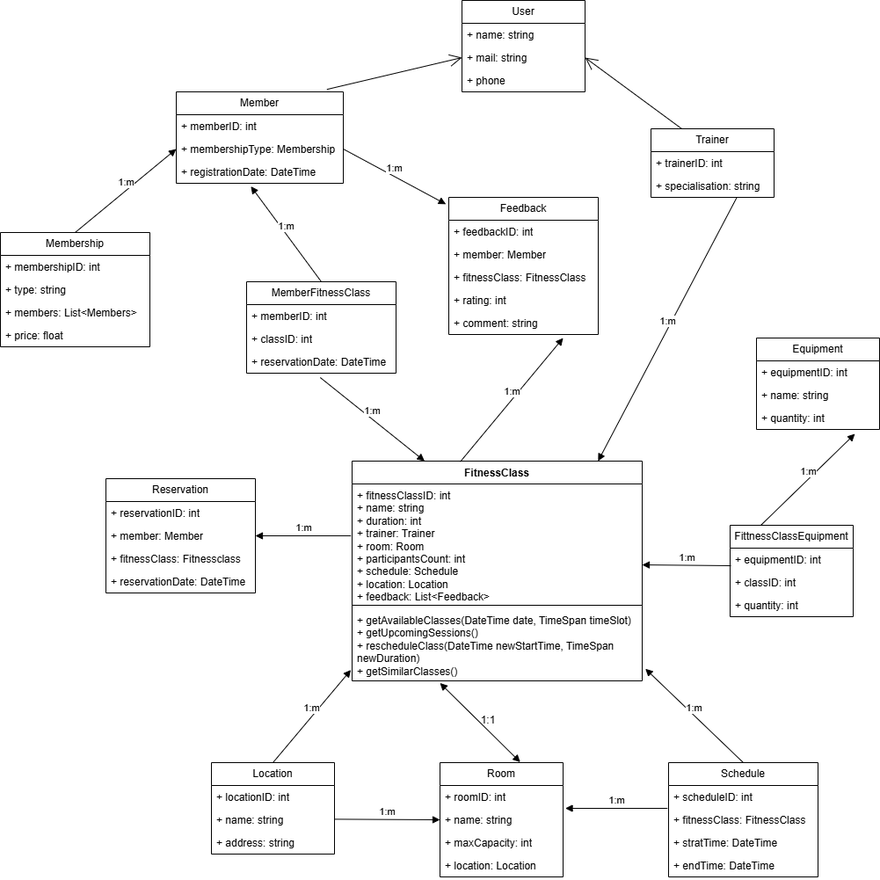
Danamat07/FitnessApp keeps this draw.io diagram as FitnessAppUML.drawio.png. Above is the earlier version. Source tidied: cells renumbered, new cells last; positions are measured from the earlier drawing's top-left corner, leaving out a move shared by most shapes.
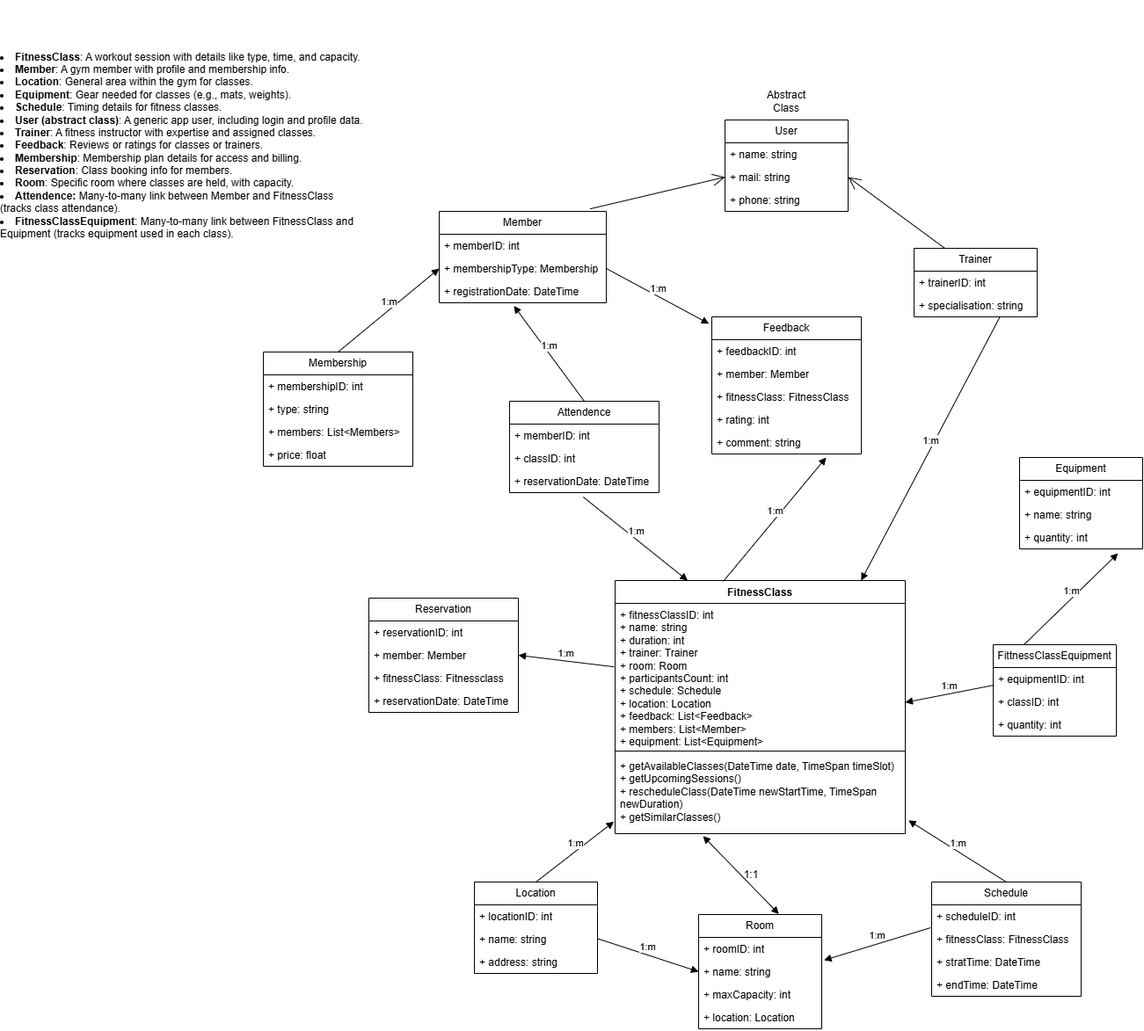
After the commit.

Change to the diagram source:
```diff
@@ -44,7 +44,7 @@
     <mxCell id="15" value="+ reservationDate: DateTime" style="text;strokeColor=none;fillColor=none;align=left;verticalAlign=top;spacingLeft=4;spacingRight=4;overflow=hidden;whiteSpace=wrap;html=1;" parent="11" vertex="1">
       <mxGeometry y="104" width="170" height="26" as="geometry" />
     </mxCell>
-    <mxCell id="16" value="MemberFitnessClass" style="swimlane;fontStyle=0;horizontal=1;startSize=26;fillColor=none;whiteSpace=wrap;html=1;" parent="1" vertex="1">
+    <mxCell id="16" value="Attendence" style="swimlane;fontStyle=0;horizontal=1;startSize=26;fillColor=none;whiteSpace=wrap;html=1;" parent="1" vertex="1">
       <mxGeometry x="280" y="320" width="170" height="104" as="geometry" />
     </mxCell>
     <mxCell id="17" value="+ memberID: int" style="text;strokeColor=none;fillColor=none;align=left;verticalAlign=top;spacingLeft=4;spacingRight=4;overflow=hidden;whiteSpace=wrap;html=1;" parent="16" vertex="1">
@@ -75,16 +75,16 @@
       <mxGeometry y="130" width="170" height="26" as="geometry" />
     </mxCell>
     <mxCell id="26" value="FitnessClass" style="swimlane;fontStyle=1;align=center;verticalAlign=top;horizontal=1;startSize=26;whiteSpace=wrap;html=1;" parent="1" vertex="1">
-      <mxGeometry x="400" y="524" width="330" height="250" as="geometry" />
+      <mxGeometry x="400" y="524" width="330" height="288" as="geometry" />
     </mxCell>
-    <mxCell id="27" value="+ fitnessClassID: int&lt;div&gt;+ name: string&lt;/div&gt;&lt;div&gt;+ duration: int&lt;/div&gt;&lt;div&gt;+ trainer: Trainer&lt;/div&gt;&lt;div&gt;+ room: Room&lt;/div&gt;&lt;div&gt;+ participantsCount: int&lt;/div&gt;&lt;div&gt;+ schedule: Schedule&lt;/div&gt;&lt;div&gt;+ location: Location&lt;/div&gt;&lt;div&gt;+ feedback: List&amp;lt;Feedback&amp;gt;&lt;/div&gt;" style="text;strokeColor=none;fillColor=none;align=left;verticalAlign=top;spacingLeft=4;spacingRight=4;overflow=hidden;points=[[0,0.5],[1,0.5]];portConstraint=eastwest;whiteSpace=wrap;html=1;" parent="26" vertex="1">
-      <mxGeometry y="26" width="330" height="134" as="geometry" />
+    <mxCell id="27" value="+ fitnessClassID: int&lt;div&gt;+ name: string&lt;/div&gt;&lt;div&gt;+ duration: int&lt;/div&gt;&lt;div&gt;+ trainer: Trainer&lt;/div&gt;&lt;div&gt;+ room: Room&lt;/div&gt;&lt;div&gt;+ participantsCount: int&lt;/div&gt;&lt;div&gt;+ schedule: Schedule&lt;/div&gt;&lt;div&gt;+ location: Location&lt;/div&gt;&lt;div&gt;+ feedback: List&amp;lt;Feedback&amp;gt;&lt;/div&gt;&lt;div&gt;+ members: List&amp;lt;Member&amp;gt;&lt;/div&gt;&lt;div&gt;+ equipment: List&amp;lt;Equipment&amp;gt;&lt;/div&gt;" style="text;strokeColor=none;fillColor=none;align=left;verticalAlign=top;spacingLeft=4;spacingRight=4;overflow=hidden;points=[[0,0.5],[1,0.5]];portConstraint=eastwest;whiteSpace=wrap;html=1;" parent="26" vertex="1">
+      <mxGeometry y="26" width="330" height="164" as="geometry" />
     </mxCell>
     <mxCell id="28" style="line;strokeWidth=1;fillColor=none;align=left;verticalAlign=middle;spacingTop=-1;spacingLeft=3;spacingRight=3;labelPosition=right;strokeColor=inherit;" parent="26" vertex="1">
-      <mxGeometry y="160" width="330" height="8" as="geometry" />
+      <mxGeometry y="190" width="330" height="8" as="geometry" />
     </mxCell>
     <mxCell id="29" value="+&amp;nbsp;getAvailableClasses(DateTime date, TimeSpan timeSlot)&lt;div&gt;+&amp;nbsp;getUpcomingSessions()&lt;/div&gt;&lt;div&gt;+ rescheduleClass(DateTime newStartTime, TimeSpan newDuration)&lt;/div&gt;&lt;div&gt;+&amp;nbsp;getSimilarClasses()&lt;/div&gt;" style="text;strokeColor=none;fillColor=none;align=left;verticalAlign=top;spacingLeft=4;spacingRight=4;overflow=hidden;points=[[0,0.5],[1,0.5]];portConstraint=eastwest;whiteSpace=wrap;html=1;" parent="26" vertex="1">
-      <mxGeometry y="168" width="330" height="82" as="geometry" />
+      <mxGeometry y="198" width="330" height="90" as="geometry" />
     </mxCell>
     <mxCell id="30" value="FittnessClassEquipment" style="swimlane;fontStyle=0;horizontal=1;startSize=26;fillColor=none;whiteSpace=wrap;html=1;" parent="1" vertex="1">
       <mxGeometry x="830" y="597" width="140" height="104" as="geometry" />
@@ -132,7 +132,7 @@
       <mxGeometry y="78" width="140" height="26" as="geometry" />
     </mxCell>
     <mxCell id="45" value="Room" style="swimlane;fontStyle=0;horizontal=1;startSize=26;fillColor=none;whiteSpace=wrap;html=1;" parent="1" vertex="1">
-      <mxGeometry x="500" y="867" width="140" height="130" as="geometry" />
+      <mxGeometry x="495" y="904" width="140" height="130" as="geometry" />
     </mxCell>
     <mxCell id="46" value="+ roomID: int" style="text;strokeColor=none;fillColor=none;align=left;verticalAlign=top;spacingLeft=4;spacingRight=4;overflow=hidden;whiteSpace=wrap;html=1;" parent="45" vertex="1">
       <mxGeometry y="26" width="140" height="26" as="geometry" />
@@ -170,7 +170,7 @@
     <mxCell id="57" value="+ mail: string" style="text;strokeColor=none;fillColor=none;align=left;verticalAlign=top;spacingLeft=4;spacingRight=4;overflow=hidden;points=[[0,0.5],[1,0.5]];portConstraint=eastwest;whiteSpace=wrap;html=1;" parent="55" vertex="1">
       <mxGeometry y="52" width="140" height="26" as="geometry" />
     </mxCell>
-    <mxCell id="58" value="+ phone" style="text;strokeColor=none;fillColor=none;align=left;verticalAlign=top;spacingLeft=4;spacingRight=4;overflow=hidden;whiteSpace=wrap;html=1;" parent="55" vertex="1">
+    <mxCell id="58" value="+ phone: string" style="text;strokeColor=none;fillColor=none;align=left;verticalAlign=top;spacingLeft=4;spacingRight=4;overflow=hidden;whiteSpace=wrap;html=1;" parent="55" vertex="1">
       <mxGeometry y="78" width="140" height="26" as="geometry" />
     </mxCell>
     <mxCell id="59" style="endArrow=block;startArrow=block;endFill=1;startFill=1;html=1;rounded=0;exitX=0.303;exitY=1.03;exitDx=0;exitDy=0;exitPerimeter=0;entryX=0.652;entryY=-0.004;entryDx=0;entryDy=0;entryPerimeter=0;" parent="1" edge="1" source="29" target="45">
@@ -182,7 +182,7 @@
       </mxGeometry>
     </mxCell>
     <mxCell id="61" value="1:1" style="text;html=1;align=center;verticalAlign=middle;whiteSpace=wrap;rounded=0;" parent="1" vertex="1">
-      <mxGeometry x="525" y="804" width="60" height="30" as="geometry" />
+      <mxGeometry x="525" y="844" width="60" height="30" as="geometry" />
     </mxCell>
     <mxCell id="62" value="1:m" style="html=1;verticalAlign=bottom;endArrow=block;curved=0;rounded=0;exitX=-0.007;exitY=0;exitDx=0;exitDy=0;exitPerimeter=0;entryX=1.018;entryY=0;entryDx=0;entryDy=0;entryPerimeter=0;" parent="1" edge="1" source="52" target="47">
       <mxGeometry relative="1" as="geometry" />
@@ -226,5 +226,11 @@
     <mxCell id="75" style="endArrow=open;endFill=1;endSize=12;html=1;rounded=0;entryX=1;entryY=0.5;entryDx=0;entryDy=0;exitX=0.25;exitY=0;exitDx=0;exitDy=0;" parent="1" edge="1" source="38" target="57">
       <mxGeometry relative="1" as="geometry" />
     </mxCell>
+    <mxCell id="76" value="Abstract Class" style="text;html=1;align=center;verticalAlign=middle;whiteSpace=wrap;rounded=0;" parent="1" vertex="1">
+      <mxGeometry x="565" y="-36" width="60" height="30" as="geometry" />
+    </mxCell>
+    <mxCell id="77" value="&lt;li style=&quot;text-align: left;&quot;&gt;&lt;strong&gt;FitnessClass&lt;/strong&gt;: A workout session with details like type, time, and capacity.&amp;nbsp;&amp;nbsp;&lt;/li&gt;&lt;li style=&quot;text-align: left;&quot;&gt;&lt;strong&gt;Member&lt;/strong&gt;: A gym member with profile and membership info.&lt;/li&gt;&lt;li style=&quot;text-align: left;&quot;&gt;&lt;strong&gt;Location&lt;/strong&gt;: General area within the gym for classes.&lt;/li&gt;&lt;li style=&quot;text-align: left;&quot;&gt;&lt;strong&gt;Equipment&lt;/strong&gt;: Gear needed for classes (e.g., mats, weights).&lt;/li&gt;&lt;li style=&quot;text-align: left;&quot;&gt;&lt;strong&gt;Schedule&lt;/strong&gt;: Timing details for fitness classes.&lt;/li&gt;&lt;li style=&quot;text-align: left;&quot;&gt;&lt;strong&gt;User (abstract class)&lt;/strong&gt;: A generic app user, including login and profile data.&lt;/li&gt;&lt;li style=&quot;text-align: left;&quot;&gt;&lt;strong&gt;Trainer&lt;/strong&gt;: A fitness instructor with expertise and assigned classes.&lt;/li&gt;&lt;li style=&quot;text-align: left;&quot;&gt;&lt;strong&gt;Feedback&lt;/strong&gt;: Reviews or ratings for classes or trainers.&lt;/li&gt;&lt;li style=&quot;text-align: left;&quot;&gt;&lt;strong&gt;Membership&lt;/strong&gt;: Membership plan details for access and billing.&lt;/li&gt;&lt;li style=&quot;text-align: left;&quot;&gt;&lt;strong&gt;Reservation&lt;/strong&gt;: Class booking info for members.&lt;/li&gt;&lt;li style=&quot;text-align: left;&quot;&gt;&lt;strong&gt;Room&lt;/strong&gt;: Specific room where classes are held, with capacity.&lt;/li&gt;&lt;li style=&quot;text-align: left;&quot;&gt;&lt;strong&gt;Attendence:&amp;nbsp;&lt;/strong&gt;Many-to-many link between Member&amp;nbsp;and FitnessClass (tracks class attendance).&lt;/li&gt;&lt;li style=&quot;text-align: left;&quot;&gt;&lt;strong&gt;FitnessClassEquipment&lt;/strong&gt;: Many-to-many link between FitnessClass&amp;nbsp;and Equipment&amp;nbsp;(tracks equipment used in each class).&lt;br&gt;&lt;/li&gt;" style="text;html=1;align=center;verticalAlign=middle;whiteSpace=wrap;rounded=0;" parent="1" vertex="1">
+      <mxGeometry x="-300" y="-136" width="420" height="330" as="geometry" />
+    </mxCell>
   </root>
 </mxGraphModel>
```
